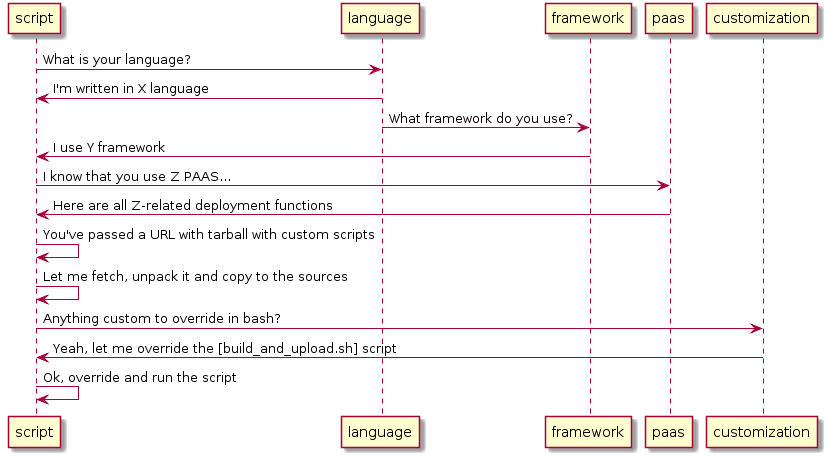
Above: docs/sourcing.png in spring-attic/cloudpipelines-scripts (PlantUML), before the change.
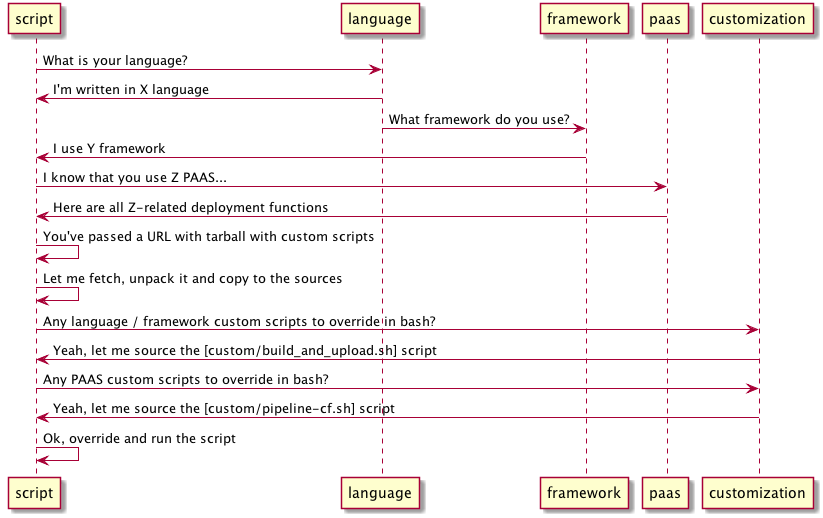
After the change.

What changed in the source:
```diff
@@ -7,7 +7,9 @@
 paas->script: Here are all Z-related deployment functions
 script->script: You've passed a URL with tarball with custom scripts
 script->script: Let me fetch, unpack it and copy to the sources
-script->customization: Anything custom to override in bash?
-customization->script: Yeah, let me override the [build_and_upload.sh] script
+script->customization: Any language / framework custom scripts to override in bash?
+customization->script: Yeah, let me source the [custom/build_and_upload.sh] script
+script->customization: Any PAAS custom scripts to override in bash?
+customization->script: Yeah, let me source the [custom/pipeline-cf.sh] script
 script->script: Ok, override and run the script
 @enduml
```
